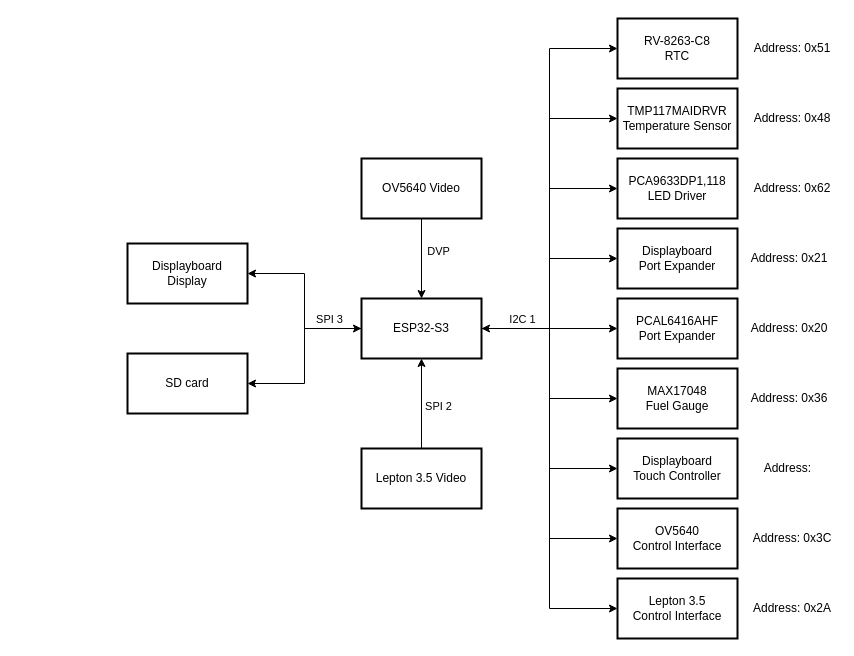
Before: page "Interface - Tree" (1 of 2) of docs/Mainboard.drawio in PyroVision-ThermalCam/Mainboard, a draw.io diagram. Source tidied: cells renumbered, new cells numbered last; positions are measured from the earlier drawing's top-left corner, leaving out a move shared by most shapes. Both pictures are drawn from the tidied source at 100%, with x=0, y=0 at pixel (127, 18).
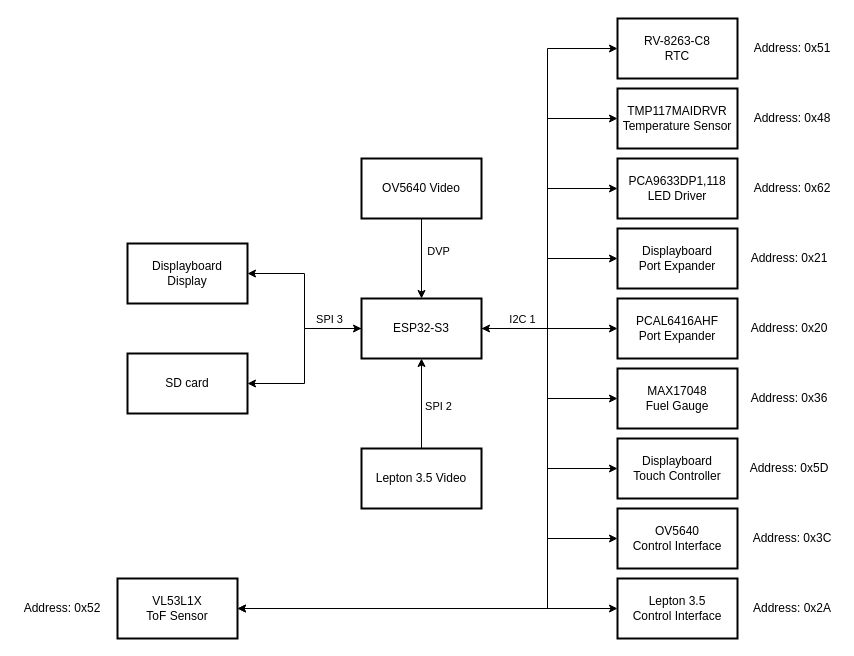
Above is the later version.

Commit message (it also covers changes not shown here):
Add VL53L1X ToF sensor

The change refers to these unchanged cells:
```xml
<mxCell id="17" value="ESP32-S3" style="rounded=0;whiteSpace=wrap;html=1;strokeWidth=2;" parent="1" vertex="1">
  <mxGeometry x="234" y="280" width="120" height="60" as="geometry" />
</mxCell>
<mxCell id="21" value="MAX17048&lt;br&gt;Fuel Gauge" style="rounded=0;whiteSpace=wrap;html=1;strokeWidth=2;" parent="1" vertex="1">
  <mxGeometry x="490" y="350" width="120" height="60" as="geometry" />
</mxCell>
<mxCell id="22" value="Displayboard&lt;br&gt;Touch Controller" style="rounded=0;whiteSpace=wrap;html=1;strokeWidth=2;" parent="1" vertex="1">
  <mxGeometry x="490" y="420" width="120" height="60" as="geometry" />
</mxCell>
<mxCell id="23" value="OV5640&lt;br&gt;Control Interface" style="rounded=0;whiteSpace=wrap;html=1;strokeWidth=2;" parent="1" vertex="1">
  <mxGeometry x="490" y="490" width="120" height="60" as="geometry" />
</mxCell>
<mxCell id="24" value="Lepton 3.5&lt;br&gt;Control Interface" style="rounded=0;whiteSpace=wrap;html=1;strokeWidth=2;" parent="1" vertex="1">
  <mxGeometry x="490" y="560" width="120" height="60" as="geometry" />
</mxCell>
<mxCell id="26" value="Displayboard&lt;br&gt;Port Expander" style="rounded=0;whiteSpace=wrap;html=1;strokeWidth=2;" parent="1" vertex="1">
  <mxGeometry x="490" y="210" width="120" height="60" as="geometry" />
</mxCell>
<mxCell id="27" value="PCA9633DP1,118&lt;br&gt;LED Driver" style="rounded=0;whiteSpace=wrap;html=1;strokeWidth=2;" parent="1" vertex="1">
  <mxGeometry x="490" y="140" width="120" height="60" as="geometry" />
</mxCell>
<mxCell id="28" value="TMP117MAIDRVR&lt;br&gt;Temperature Sensor" style="rounded=0;whiteSpace=wrap;html=1;strokeWidth=2;" parent="1" vertex="1">
  <mxGeometry x="490" y="70" width="120" height="60" as="geometry" />
</mxCell>
<mxCell id="29" value="RV-8263-C8&lt;br&gt;RTC" style="rounded=0;whiteSpace=wrap;html=1;strokeWidth=2;" parent="1" vertex="1">
  <mxGeometry x="490" width="120" height="60" as="geometry" />
</mxCell>
```

What changed in the source:
```diff
@@
     <mxCell id="8" style="edgeStyle=orthogonalEdgeStyle;rounded=0;jettySize=auto;html=1;exitX=1;exitY=0.5;exitDx=0;exitDy=0;entryX=0;entryY=0.5;entryDx=0;entryDy=0;" parent="1" edge="1" source="17" target="26">
-      <mxGeometry relative="1" as="geometry" />
+      <mxGeometry relative="1" as="geometry">
+        <Array as="points">
+          <mxPoint x="420" y="310" />
+          <mxPoint x="420" y="240" />
+        </Array>
+      </mxGeometry>
     </mxCell>
     <mxCell id="9" style="edgeStyle=orthogonalEdgeStyle;rounded=0;jettySize=auto;html=1;exitX=1;exitY=0.5;exitDx=0;exitDy=0;entryX=0;entryY=0.5;entryDx=0;entryDy=0;" parent="1" edge="1" source="17" target="27">
-      <mxGeometry relative="1" as="geometry" />
+      <mxGeometry relative="1" as="geometry">
+        <Array as="points">
+          <mxPoint x="420" y="310" />
+          <mxPoint x="420" y="170" />
+        </Array>
+      </mxGeometry>
     </mxCell>
     <mxCell id="10" style="edgeStyle=orthogonalEdgeStyle;rounded=0;jettySize=auto;html=1;exitX=1;exitY=0.5;exitDx=0;exitDy=0;entryX=0;entryY=0.5;entryDx=0;entryDy=0;" parent="1" edge="1" source="17" target="28">
-      <mxGeometry relative="1" as="geometry" />
+      <mxGeometry relative="1" as="geometry">
+        <Array as="points">
+          <mxPoint x="420" y="310" />
+          <mxPoint x="420" y="100" />
+        </Array>
+      </mxGeometry>
     </mxCell>
     <mxCell id="11" style="edgeStyle=orthogonalEdgeStyle;rounded=0;jettySize=auto;html=1;exitX=1;exitY=0.5;exitDx=0;exitDy=0;entryX=0;entryY=0.5;entryDx=0;entryDy=0;" parent="1" edge="1" source="17" target="29">
-      <mxGeometry relative="1" as="geometry" />
+      <mxGeometry relative="1" as="geometry">
+        <Array as="points">
+          <mxPoint x="420" y="310" />
+          <mxPoint x="420" y="30" />
+        </Array>
+      </mxGeometry>
     </mxCell>
     <mxCell id="12" style="edgeStyle=orthogonalEdgeStyle;rounded=0;jettySize=auto;html=1;exitX=1;exitY=0.5;exitDx=0;exitDy=0;entryX=0;entryY=0.5;entryDx=0;entryDy=0;" parent="1" edge="1" source="17" target="21">
-      <mxGeometry relative="1" as="geometry" />
+      <mxGeometry relative="1" as="geometry">
+        <Array as="points">
+          <mxPoint x="420" y="310" />
+          <mxPoint x="420" y="380" />
+        </Array>
+      </mxGeometry>
     </mxCell>
     <mxCell id="13" style="edgeStyle=orthogonalEdgeStyle;rounded=0;jettySize=auto;html=1;exitX=1;exitY=0.5;exitDx=0;exitDy=0;entryX=0;entryY=0.5;entryDx=0;entryDy=0;" parent="1" edge="1" source="17" target="22">
-      <mxGeometry relative="1" as="geometry" />
+      <mxGeometry relative="1" as="geometry">
+        <Array as="points">
+          <mxPoint x="420" y="310" />
+          <mxPoint x="420" y="450" />
+        </Array>
+      </mxGeometry>
     </mxCell>
     <mxCell id="14" style="edgeStyle=orthogonalEdgeStyle;rounded=0;jettySize=auto;html=1;exitX=1;exitY=0.5;exitDx=0;exitDy=0;entryX=0;entryY=0.5;entryDx=0;entryDy=0;" parent="1" edge="1" source="17" target="23">
-      <mxGeometry relative="1" as="geometry" />
+      <mxGeometry relative="1" as="geometry">
+        <Array as="points">
+          <mxPoint x="420" y="310" />
+          <mxPoint x="420" y="520" />
+        </Array>
+      </mxGeometry>
     </mxCell>
     <mxCell id="15" style="edgeStyle=orthogonalEdgeStyle;rounded=0;jettySize=auto;html=1;exitX=1;exitY=0.5;exitDx=0;exitDy=0;entryX=0;entryY=0.5;entryDx=0;entryDy=0;" parent="1" edge="1" source="17" target="24">
-      <mxGeometry relative="1" as="geometry" />
+      <mxGeometry relative="1" as="geometry">
+        <Array as="points">
+          <mxPoint x="420" y="310" />
+          <mxPoint x="420" y="590" />
+        </Array>
+      </mxGeometry>
     </mxCell>
@@
+    <mxCell id="42" style="edgeStyle=orthogonalEdgeStyle;rounded=0;jettySize=auto;html=1;exitX=1;exitY=0.5;exitDx=0;exitDy=0;entryX=1;entryY=0.5;entryDx=0;entryDy=0;" parent="1" edge="1" source="17" target="43">
+      <mxGeometry relative="1" as="geometry">
+        <Array as="points">
+          <mxPoint x="420" y="310" />
+          <mxPoint x="420" y="590" />
+        </Array>
+      </mxGeometry>
+    </mxCell>
@@
-    <mxCell id="36" value="Address:&amp;nbsp;" style="text;html=1;whiteSpace=wrap;strokeColor=none;fillColor=none;align=center;verticalAlign=middle;rounded=0;" parent="1" vertex="1">
+    <mxCell id="36" value="Address: 0x5D" style="text;html=1;whiteSpace=wrap;strokeColor=none;fillColor=none;align=center;verticalAlign=middle;rounded=0;" parent="1" vertex="1">
       <mxGeometry x="617" y="435" width="90" height="30" as="geometry" />
     </mxCell>
@@
+    <mxCell id="43" value="VL53L1X&lt;br&gt;ToF Sensor" style="rounded=0;whiteSpace=wrap;html=1;strokeWidth=2;" parent="1" vertex="1">
+      <mxGeometry x="-10" y="560" width="120" height="60" as="geometry" />
+    </mxCell>
+    <mxCell id="44" value="Address: 0x52" style="text;html=1;whiteSpace=wrap;strokeColor=none;fillColor=none;align=center;verticalAlign=middle;rounded=0;" parent="1" vertex="1">
+      <mxGeometry x="-110" y="575" width="90" height="30" as="geometry" />
+    </mxCell>
+    <mxCell id="45" style="edgeStyle=orthogonalEdgeStyle;rounded=0;orthogonalLoop=1;jettySize=auto;html=1;exitX=1;exitY=0.5;exitDx=0;exitDy=0;entryX=1;entryY=0.5;entryDx=0;entryDy=0;" parent="1" edge="1">
+      <mxGeometry relative="1" as="geometry">
+        <mxPoint x="354" y="310" as="sourcePoint" />
+        <mxPoint x="110" y="590" as="targetPoint" />
+        <Array as="points">
+          <mxPoint x="420" y="310" />
+          <mxPoint x="420" y="590" />
+        </Array>
+      </mxGeometry>
+    </mxCell>
```
